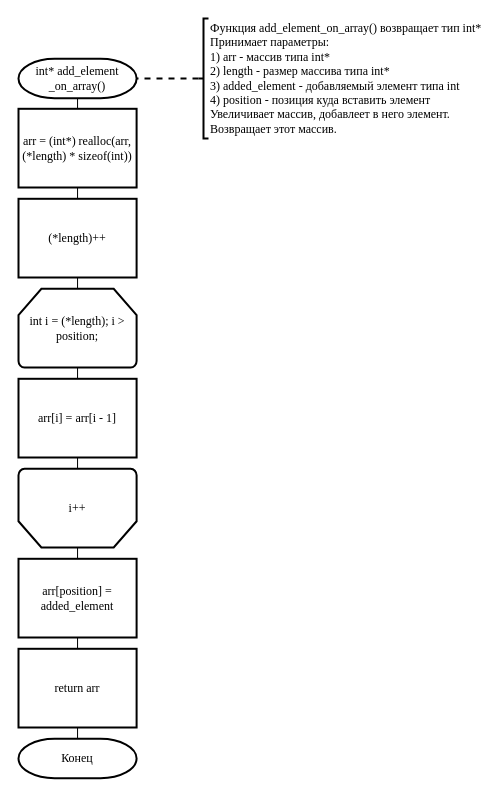
This is src/my_libs/indices_array/add_element_on_array/add_element_on_array.drawio from BrSTU-PO4-190333/2sem_coursework, a draw.io file, before an edit. Source tidied: cells renumbered, new cells numbered last; positions are measured from the earlier drawing's top-left corner, leaving out a move shared by most shapes. Both pictures are drawn from the tidied source at 100%, with x=0, y=0 at pixel (18, 18).
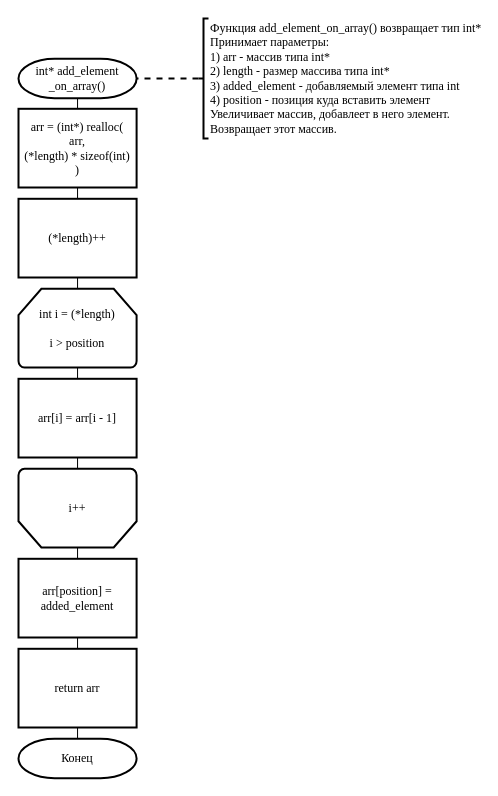
Above is the later version.

Change to the diagram source:
```diff
@@
-    <mxCell id="5" value="arr = (int*) realloc(arr, (*length) * sizeof(int))" style="rounded=0;whiteSpace=wrap;html=1;absoluteArcSize=1;arcSize=14;strokeWidth=2;fontFamily=Times New Roman;" parent="1" vertex="1">
+    <mxCell id="5" value="arr = (int*) realloc(&lt;br&gt;arr,&lt;br&gt;(*length) * sizeof(int)&lt;br&gt;)" style="rounded=0;whiteSpace=wrap;html=1;absoluteArcSize=1;arcSize=14;strokeWidth=2;fontFamily=Times New Roman;" parent="1" vertex="1">
       <mxGeometry y="90.3" width="118.1" height="78.7" as="geometry" />
     </mxCell>
@@
-    <mxCell id="9" value="int i = (*length); i &amp;gt; position;" style="strokeWidth=2;html=1;shape=mxgraph.flowchart.loop_limit;whiteSpace=wrap;fontFamily=Times New Roman;" parent="1" vertex="1">
+    <mxCell id="9" value="int i = (*length)&lt;br&gt;&lt;br&gt;i &amp;gt; position" style="strokeWidth=2;html=1;shape=mxgraph.flowchart.loop_limit;whiteSpace=wrap;fontFamily=Times New Roman;" parent="1" vertex="1">
       <mxGeometry y="270.3" width="118.1" height="78.7" as="geometry" />
     </mxCell>
```
